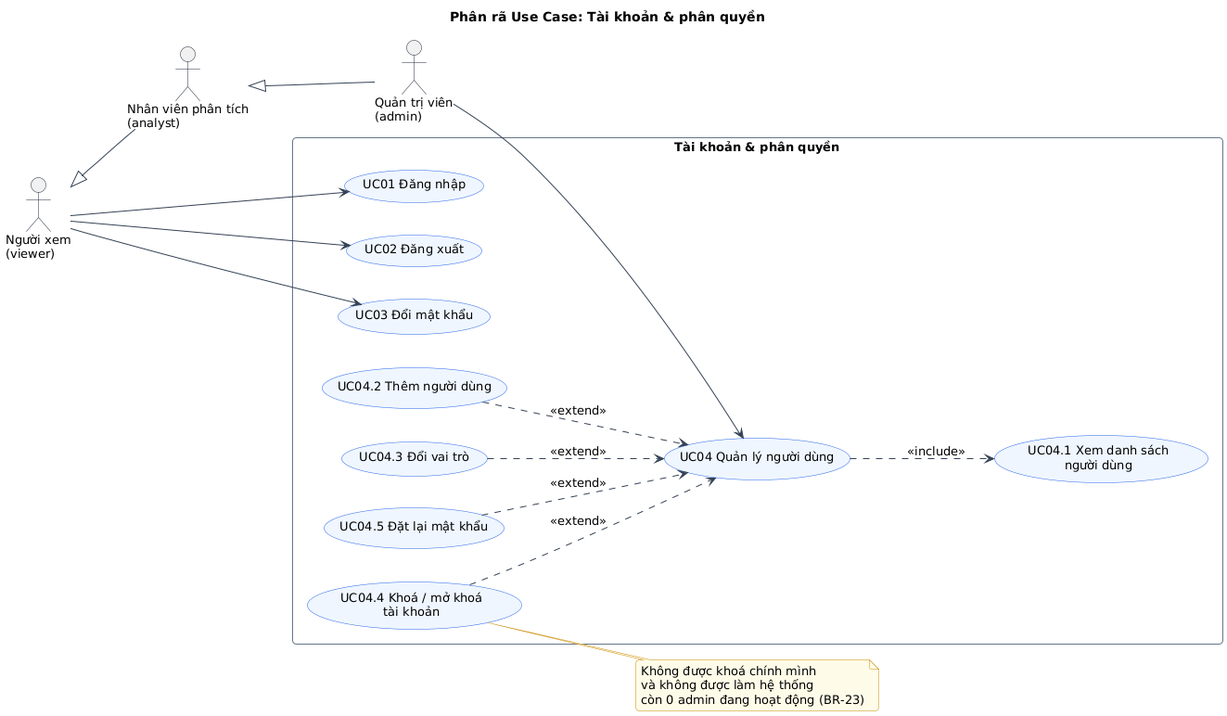
Above: docs/phan-tich/so-do/out/10-uc-tai-khoan.png in hoang13516-dev/TTCN_CCROBO (PlantUML), before the change. The source it was exported from:
```plantuml
@startuml 10-uc-tai-khoan
!include _style.iuml
title Phân rã Use Case: Tài khoản & phân quyền
left to right direction

actor "Người xem\n(viewer)" as V
actor "Nhân viên phân tích\n(analyst)" as AN
actor "Quản trị viên\n(admin)" as AD
V <|-- AN
AN <|-- AD

rectangle "Tài khoản & phân quyền" {
  usecase "UC01 Đăng nhập" as UC01
  usecase "UC02 Đăng xuất" as UC02
  usecase "UC03 Đổi mật khẩu" as UC03
  usecase "UC04 Quản lý người dùng" as UC04
  usecase "UC04.1 Xem danh sách\nngười dùng" as UC041
  usecase "UC04.2 Thêm người dùng" as UC042
  usecase "UC04.3 Đổi vai trò" as UC043
  usecase "UC04.4 Khoá / mở khoá\ntài khoản" as UC044
  usecase "UC04.5 Đặt lại mật khẩu" as UC045
}
V --> UC01
V --> UC02
V --> UC03
AD --> UC04
UC04 ..> UC041 : <<include>>
UC042 ..> UC04 : <<extend>>
UC043 ..> UC04 : <<extend>>
UC044 ..> UC04 : <<extend>>
UC045 ..> UC04 : <<extend>>

note right of UC044
  Không được khoá chính mình
  và không được làm hệ thống
  còn 0 admin đang hoạt động (BR-23)
end note
@enduml
```
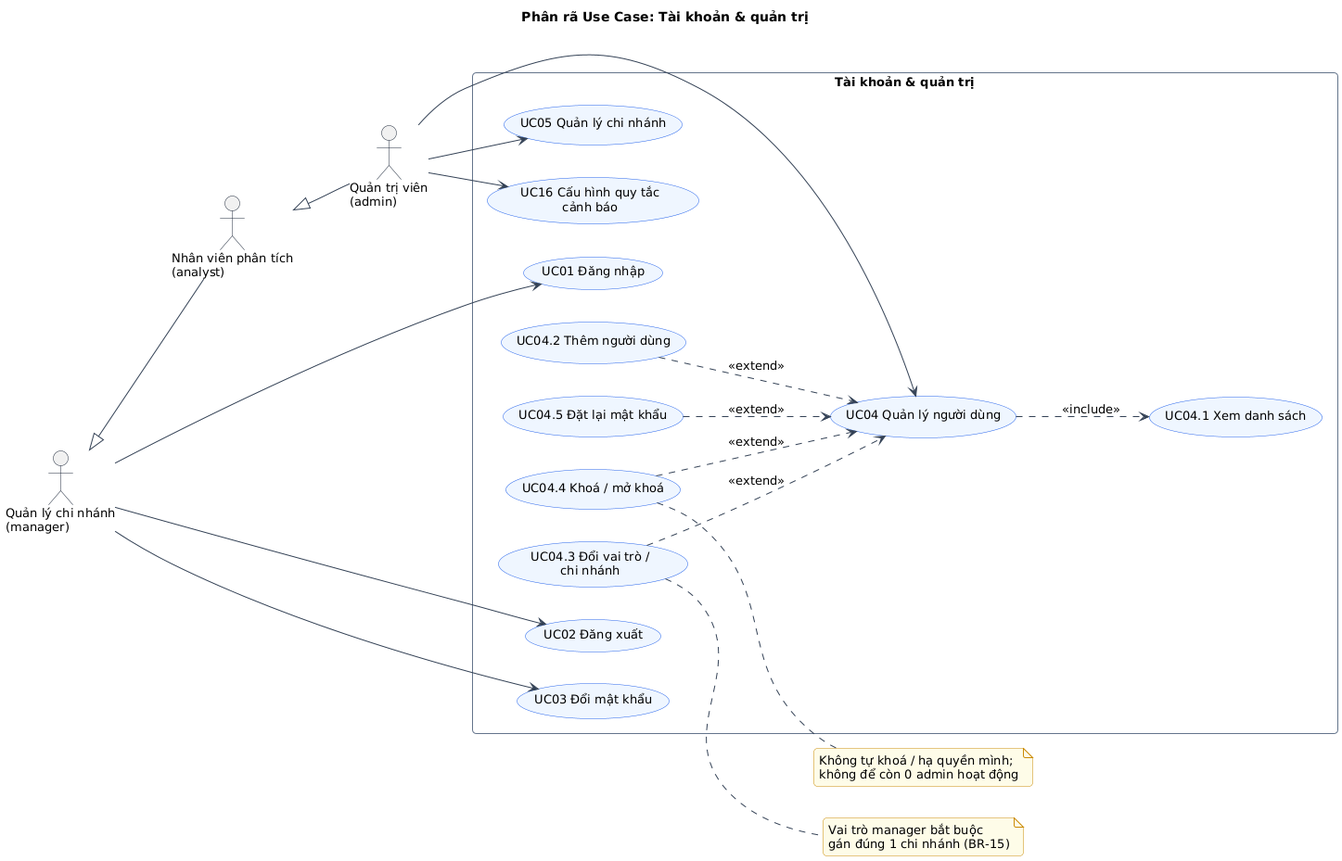
After the change.

Diff of the diagram source:
```diff
@@ -1,38 +1,45 @@
 @startuml 10-uc-tai-khoan
 !include _style.iuml
-title Phân rã Use Case: Tài khoản & phân quyền
+title Phân rã Use Case: Tài khoản & quản trị
 left to right direction
 
-actor "Người xem\n(viewer)" as V
+actor "Quản lý chi nhánh\n(manager)" as MG
 actor "Nhân viên phân tích\n(analyst)" as AN
 actor "Quản trị viên\n(admin)" as AD
-V <|-- AN
+MG <|-- AN
 AN <|-- AD
 
-rectangle "Tài khoản & phân quyền" {
+rectangle "Tài khoản & quản trị" {
   usecase "UC01 Đăng nhập" as UC01
   usecase "UC02 Đăng xuất" as UC02
   usecase "UC03 Đổi mật khẩu" as UC03
   usecase "UC04 Quản lý người dùng" as UC04
-  usecase "UC04.1 Xem danh sách\nngười dùng" as UC041
+  usecase "UC04.1 Xem danh sách" as UC041
   usecase "UC04.2 Thêm người dùng" as UC042
-  usecase "UC04.3 Đổi vai trò" as UC043
-  usecase "UC04.4 Khoá / mở khoá\ntài khoản" as UC044
+  usecase "UC04.3 Đổi vai trò /\nchi nhánh" as UC043
+  usecase "UC04.4 Khoá / mở khoá" as UC044
   usecase "UC04.5 Đặt lại mật khẩu" as UC045
+  usecase "UC05 Quản lý chi nhánh" as UC05
+  usecase "UC16 Cấu hình quy tắc\ncảnh báo" as UC16
 }
-V --> UC01
-V --> UC02
-V --> UC03
+MG --> UC01
+MG --> UC02
+MG --> UC03
 AD --> UC04
+AD --> UC05
+AD --> UC16
 UC04 ..> UC041 : <<include>>
 UC042 ..> UC04 : <<extend>>
 UC043 ..> UC04 : <<extend>>
 UC044 ..> UC04 : <<extend>>
 UC045 ..> UC04 : <<extend>>
 
+note right of UC043
+  Vai trò manager bắt buộc
+  gán đúng 1 chi nhánh (BR-15)
+end note
 note right of UC044
-  Không được khoá chính mình
-  và không được làm hệ thống
-  còn 0 admin đang hoạt động (BR-23)
+  Không tự khoá / hạ quyền mình;
+  không để còn 0 admin hoạt động
 end note
 @enduml
```
